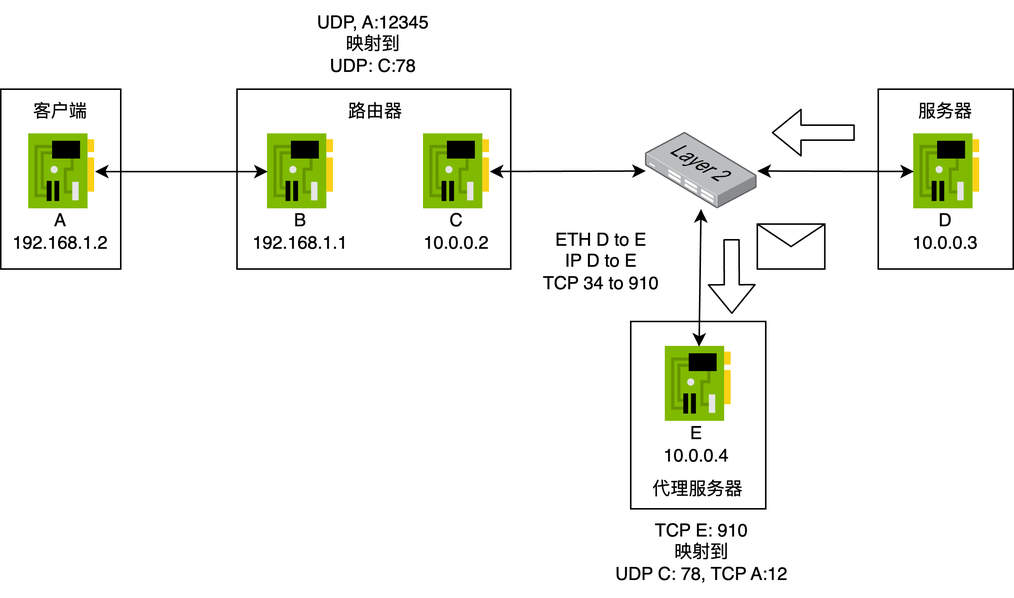
This is example_step9.png from N2Sys-EDU/Lab3-Documentation, a draw.io export, as it was before one commit. Source tidied: cells renumbered, new cells last; positions are measured from the earlier drawing's top-left corner, leaving out a move shared by most shapes.
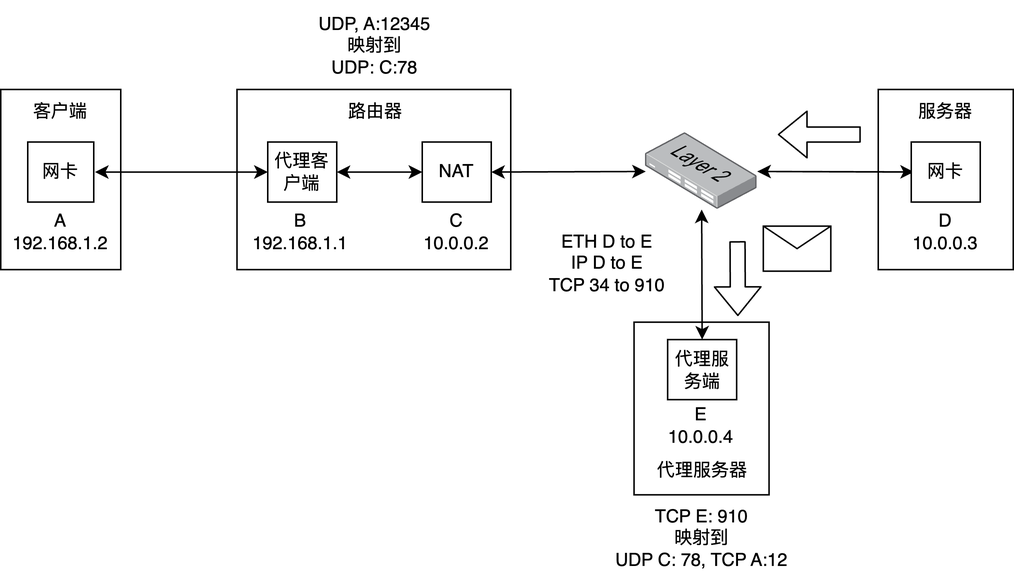
Above is the later version.

The edit, as a diff of the source:
```diff
@@ -2,45 +2,45 @@
   <root>
     <mxCell id="0" />
     <mxCell id="1" parent="0" />
-    <mxCell id="2" value="UDP, A:12345&lt;br&gt;映射到&lt;br&gt;UDP: C:78" style="text;html=1;strokeColor=none;fillColor=none;align=center;verticalAlign=middle;whiteSpace=wrap;rounded=0;" parent="1" vertex="1">
-      <mxGeometry x="188.1" y="-0.1" width="121.2" height="59.1" as="geometry" />
-    </mxCell>
     <mxCell id="3" style="shape=message;html=1;html=1;labelPosition=center;verticalLabelPosition=bottom;align=center;verticalAlign=top;" parent="1" vertex="1">
-      <mxGeometry x="504.4" y="149" width="45" height="30" as="geometry" />
+      <mxGeometry x="508.4" y="150" width="45" height="30" as="geometry" />
     </mxCell>
     <mxCell id="4" style="shape=flexArrow;endArrow=classic;html=1;" parent="1" edge="1">
       <mxGeometry relative="1" as="geometry">
-        <mxPoint x="487.2" y="159" as="sourcePoint" />
-        <mxPoint x="487.4" y="209" as="targetPoint" />
+        <mxPoint x="491.2" y="160" as="sourcePoint" />
+        <mxPoint x="491.4" y="210" as="targetPoint" />
       </mxGeometry>
     </mxCell>
     <mxCell id="5" value="ETH D to E&lt;br&gt;IP D to E&lt;br&gt;TCP 34 to 910" style="text;html=1;strokeColor=none;fillColor=none;align=center;verticalAlign=middle;whiteSpace=wrap;rounded=0;" parent="1" vertex="1">
-      <mxGeometry x="340" y="149" width="121.2" height="50" as="geometry" />
+      <mxGeometry x="344" y="150" width="121.2" height="50" as="geometry" />
     </mxCell>
+    <mxCell id="30" style="shape=flexArrow;endArrow=classic;html=1;" parent="1" edge="1">
+      <mxGeometry relative="1" as="geometry">
+        <mxPoint x="573.4" y="89" as="sourcePoint" />
+        <mxPoint x="518" y="89" as="targetPoint" />
+      </mxGeometry>
+    </mxCell>
     <mxCell id="6" value="TCP E: 910&lt;br&gt;映射到&lt;br&gt;UDP C: 78, TCP A:12" style="text;html=1;strokeColor=none;fillColor=none;align=center;verticalAlign=middle;whiteSpace=wrap;rounded=0;" parent="1" vertex="1">
-      <mxGeometry x="406.6" y="339" width="121.2" height="58.2" as="geometry" />
+      <mxGeometry x="407" y="329" width="121.2" height="58.2" as="geometry" />
     </mxCell>
-    <mxCell id="7" style="rounded=0;whiteSpace=wrap;html=1;" parent="1" vertex="1">
-      <mxGeometry x="585" y="59" width="90" height="120" as="geometry" />
-    </mxCell>
-    <mxCell id="8" style="rounded=0;whiteSpace=wrap;html=1;" parent="1" vertex="1">
-      <mxGeometry x="420" y="214" width="90" height="125" as="geometry" />
-    </mxCell>
-    <mxCell id="9" style="rounded=0;whiteSpace=wrap;html=1;" parent="1" vertex="1">
-      <mxGeometry x="157.5" y="59" width="182.5" height="120" as="geometry" />
-    </mxCell>
-    <mxCell id="10" style="rounded=0;whiteSpace=wrap;html=1;" parent="1" vertex="1">
-      <mxGeometry y="59" width="80" height="120" as="geometry" />
-    </mxCell>
+    <mxCell id="2" value="UDP, A:12345&lt;br&gt;映射到&lt;br&gt;UDP: C:78" style="text;html=1;strokeColor=none;fillColor=none;align=center;verticalAlign=middle;whiteSpace=wrap;rounded=0;" parent="1" vertex="1">
+      <mxGeometry x="189.4" y="-0.1" width="121.2" height="59.1" as="geometry" />
+    </mxCell>
+    <mxCell id="31" style="rounded=0;whiteSpace=wrap;html=1;" parent="1" vertex="1">
+      <mxGeometry x="585" y="59" width="90" height="120" as="geometry" />
+    </mxCell>
+    <mxCell id="32" style="rounded=0;whiteSpace=wrap;html=1;" parent="1" vertex="1">
+      <mxGeometry x="422.2" y="214" width="90" height="115" as="geometry" />
+    </mxCell>
+    <mxCell id="33" style="rounded=0;whiteSpace=wrap;html=1;" parent="1" vertex="1">
+      <mxGeometry x="157.5" y="59" width="182.5" height="120" as="geometry" />
+    </mxCell>
+    <mxCell id="34" style="rounded=0;whiteSpace=wrap;html=1;" parent="1" vertex="1">
+      <mxGeometry y="59" width="80" height="120" as="geometry" />
+    </mxCell>
     <mxCell id="11" value="客户端" style="text;html=1;strokeColor=none;fillColor=none;align=center;verticalAlign=middle;whiteSpace=wrap;rounded=0;" parent="1" vertex="1">
       <mxGeometry y="59" width="80" height="30" as="geometry" />
     </mxCell>
-    <mxCell id="12" style="sketch=0;html=1;points=[];align=center;image;fontSize=12;image=img/lib/mscae/NetworkInterfaceCard.svg;" parent="1" vertex="1">
-      <mxGeometry x="178" y="89" width="44" height="50" as="geometry" />
-    </mxCell>
-    <mxCell id="13" style="sketch=0;html=1;points=[];align=center;image;fontSize=12;image=img/lib/mscae/NetworkInterfaceCard.svg;" parent="1" vertex="1">
-      <mxGeometry x="18.8" y="89" width="44" height="50" as="geometry" />
-    </mxCell>
     <mxCell id="14" value="A&lt;br&gt;192.168.1.2" style="text;html=1;strokeColor=none;fillColor=none;align=center;verticalAlign=middle;whiteSpace=wrap;rounded=0;" parent="1" vertex="1">
       <mxGeometry y="139" width="80" height="30" as="geometry" />
     </mxCell>
@@ -50,50 +50,61 @@
     <mxCell id="16" value="B&lt;br&gt;192.168.1.1" style="text;html=1;strokeColor=none;fillColor=none;align=center;verticalAlign=middle;whiteSpace=wrap;rounded=0;" parent="1" vertex="1">
       <mxGeometry x="160" y="139" width="80" height="30" as="geometry" />
     </mxCell>
-    <mxCell id="17" style="endArrow=classic;startArrow=classic;html=1;" parent="1" edge="1" source="13" target="12">
-      <mxGeometry relative="1" as="geometry" />
-    </mxCell>
-    <mxCell id="18" style="sketch=0;html=1;points=[];align=center;image;fontSize=12;image=img/lib/mscae/NetworkInterfaceCard.svg;" parent="1" vertex="1">
-      <mxGeometry x="282" y="89" width="44" height="50" as="geometry" />
-    </mxCell>
+    <mxCell id="35" style="endArrow=classic;startArrow=classic;html=1;" parent="1" edge="1">
+      <mxGeometry relative="1" as="geometry">
+        <mxPoint x="62.8" y="114" as="sourcePoint" />
+        <mxPoint x="178" y="114" as="targetPoint" />
+      </mxGeometry>
+    </mxCell>
     <mxCell id="19" value="C&lt;br&gt;10.0.0.2" style="text;html=1;strokeColor=none;fillColor=none;align=center;verticalAlign=middle;whiteSpace=wrap;rounded=0;" parent="1" vertex="1">
       <mxGeometry x="264" y="139" width="80" height="30" as="geometry" />
     </mxCell>
     <mxCell id="20" value="服务器" style="text;html=1;strokeColor=none;fillColor=none;align=center;verticalAlign=middle;whiteSpace=wrap;rounded=0;" parent="1" vertex="1">
       <mxGeometry x="590" y="59" width="80" height="30" as="geometry" />
     </mxCell>
-    <mxCell id="21" style="sketch=0;html=1;points=[];align=center;image;fontSize=12;image=img/lib/mscae/NetworkInterfaceCard.svg;" parent="1" vertex="1">
-      <mxGeometry x="608.8" y="89" width="44" height="50" as="geometry" />
-    </mxCell>
     <mxCell id="22" value="D&lt;br&gt;10.0.0.3" style="text;html=1;strokeColor=none;fillColor=none;align=center;verticalAlign=middle;whiteSpace=wrap;rounded=0;" parent="1" vertex="1">
       <mxGeometry x="590" y="139" width="80" height="30" as="geometry" />
     </mxCell>
-    <mxCell id="23" style="endArrow=classic;startArrow=classic;html=1;" parent="1" edge="1" source="18" target="24">
-      <mxGeometry relative="1" as="geometry" />
-    </mxCell>
-    <mxCell id="24" style="points=[];html=1;align=center;shadow=0;dashed=0;image;image=img/lib/allied_telesis/switch/Switch_24_port_L2.svg;" parent="1" vertex="1">
-      <mxGeometry x="430" y="88" width="74.4" height="51" as="geometry" />
-    </mxCell>
-    <mxCell id="25" style="endArrow=classic;startArrow=classic;html=1;" parent="1" edge="1" source="24" target="21">
-      <mxGeometry relative="1" as="geometry" />
-    </mxCell>
+    <mxCell id="36" style="endArrow=classic;startArrow=classic;html=1;exitX=1;exitY=0.5;exitDx=0;exitDy=0;" parent="1" edge="1" source="43" target="37">
+      <mxGeometry relative="1" as="geometry" />
+    </mxCell>
+    <mxCell id="37" style="points=[];html=1;align=center;shadow=0;dashed=0;image;image=img/lib/allied_telesis/switch/Switch_24_port_L2.svg;" parent="1" vertex="1">
+      <mxGeometry x="430" y="88" width="74.4" height="51" as="geometry" />
+    </mxCell>
+    <mxCell id="38" style="endArrow=classic;startArrow=classic;html=1;" parent="1" edge="1" source="37">
+      <mxGeometry relative="1" as="geometry">
+        <mxPoint x="608.8" y="113.9" as="targetPoint" />
+      </mxGeometry>
+    </mxCell>
     <mxCell id="26" value="代理服务器" style="text;html=1;strokeColor=none;fillColor=none;align=center;verticalAlign=middle;whiteSpace=wrap;rounded=0;" parent="1" vertex="1">
-      <mxGeometry x="425.2" y="310.8" width="80" height="30" as="geometry" />
+      <mxGeometry x="427.6" y="297.4" width="80" height="30" as="geometry" />
     </mxCell>
-    <mxCell id="27" style="sketch=0;html=1;points=[];align=center;image;fontSize=12;image=img/lib/mscae/NetworkInterfaceCard.svg;" parent="1" vertex="1">
-      <mxGeometry x="443.2" y="230.8" width="44" height="50" as="geometry" />
-    </mxCell>
     <mxCell id="28" value="E&lt;br&gt;10.0.0.4" style="text;html=1;strokeColor=none;fillColor=none;align=center;verticalAlign=middle;whiteSpace=wrap;rounded=0;" parent="1" vertex="1">
-      <mxGeometry x="424.4" y="280.8" width="80" height="30" as="geometry" />
+      <mxGeometry x="426.8" y="267.4" width="80" height="30" as="geometry" />
     </mxCell>
-    <mxCell id="29" style="endArrow=classic;startArrow=classic;html=1;" parent="1" edge="1" source="24" target="27">
-      <mxGeometry relative="1" as="geometry" />
-    </mxCell>
-    <mxCell id="30" style="shape=flexArrow;endArrow=classic;html=1;" parent="1" edge="1">
-      <mxGeometry relative="1" as="geometry">
-        <mxPoint x="569.4" y="88" as="sourcePoint" />
-        <mxPoint x="514" y="88" as="targetPoint" />
-      </mxGeometry>
-    </mxCell>
+    <mxCell id="39" style="endArrow=classic;startArrow=classic;html=1;entryX=0.5;entryY=0;entryDx=0;entryDy=0;" parent="1" edge="1" source="37" target="46">
+      <mxGeometry relative="1" as="geometry" />
+    </mxCell>
+    <mxCell id="40" value="网卡" style="rounded=0;whiteSpace=wrap;html=1;" parent="1" vertex="1">
+      <mxGeometry x="18" y="94" width="44" height="40" as="geometry" />
+    </mxCell>
+    <mxCell id="41" style="edgeStyle=none;html=1;exitX=1;exitY=0.5;exitDx=0;exitDy=0;entryX=0;entryY=0.5;entryDx=0;entryDy=0;startArrow=classic;startFill=1;" parent="1" edge="1" source="42" target="43">
+      <mxGeometry relative="1" as="geometry" />
+    </mxCell>
+    <mxCell id="42" value="代理客户端" style="rounded=0;whiteSpace=wrap;html=1;" parent="1" vertex="1">
+      <mxGeometry x="178" y="94" width="46" height="40" as="geometry" />
+    </mxCell>
+    <mxCell id="43" value="NAT" style="rounded=0;whiteSpace=wrap;html=1;" parent="1" vertex="1">
+      <mxGeometry x="281" y="94" width="46" height="40" as="geometry" />
+    </mxCell>
+    <mxCell id="44" style="edgeStyle=none;html=1;exitX=0;exitY=0.5;exitDx=0;exitDy=0;" parent="1" edge="1" source="45" target="37">
+      <mxGeometry relative="1" as="geometry" />
+    </mxCell>
+    <mxCell id="45" value="网卡" style="rounded=0;whiteSpace=wrap;html=1;" parent="1" vertex="1">
+      <mxGeometry x="607" y="94" width="46" height="40" as="geometry" />
+    </mxCell>
+    <mxCell id="46" value="代理服务端" style="rounded=0;whiteSpace=wrap;html=1;" parent="1" vertex="1">
+      <mxGeometry x="444.6" y="225.6" width="46" height="40" as="geometry" />
+    </mxCell>
   </root>
 </mxGraphModel>
```
